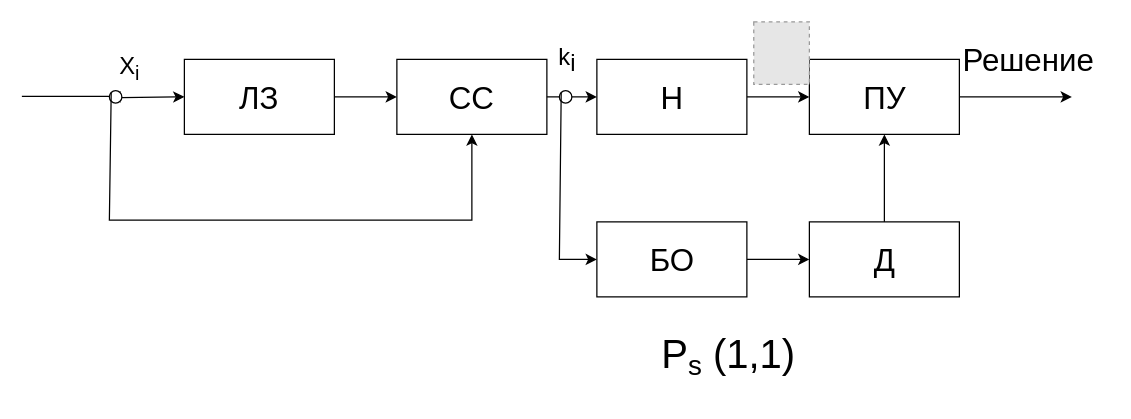
Above: Untitled Diagram.drawio in MneNeVidno/Projects (draw.io), before the change. Source tidied: cells renumbered, new cells numbered last; positions are measured from the earlier drawing's top-left corner, leaving out a move shared by most shapes. Both pictures are drawn from the tidied source at 125%, with x=0, y=0 at pixel (21, 21). Pictures stored in the file or linked from it are replaced by grey dashed boxes.
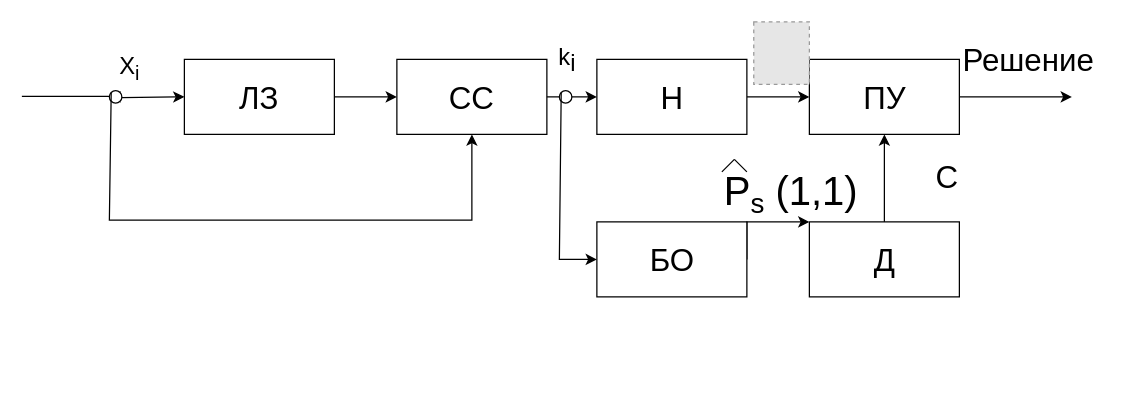
The same diagram, later.

The change refers to these unchanged cells:
```xml
<mxCell id="10" value="Д" style="rounded=0;html=1;fontSize=25;" parent="1" vertex="1">
  <mxGeometry x="630" y="160" width="120" height="60" as="geometry" />
</mxCell>
<mxCell id="12" value="БО" style="rounded=0;html=1;fontSize=25;" parent="1" vertex="1">
  <mxGeometry x="460" y="160" width="120" height="60" as="geometry" />
</mxCell>
```

Change to the diagram source:
```diff
@@
-    <mxCell id="11" style="edgeStyle=orthogonalEdgeStyle;rounded=0;jettySize=auto;html=1;exitX=1;exitY=0.5;exitDx=0;exitDy=0;entryX=0;entryY=0.5;entryDx=0;entryDy=0;" parent="1" edge="1" source="12" target="10">
-      <mxGeometry relative="1" as="geometry" />
+    <mxCell id="11" style="edgeStyle=orthogonalEdgeStyle;rounded=0;jettySize=auto;html=1;exitX=1;exitY=0.5;exitDx=0;exitDy=0;" parent="1" edge="1" source="12">
+      <mxGeometry relative="1" as="geometry">
+        <mxPoint x="630" y="160" as="targetPoint" />
+        <Array as="points">
+          <mxPoint x="580" y="160" />
+          <mxPoint x="630" y="160" />
+        </Array>
+      </mxGeometry>
     </mxCell>
@@
     <mxCell id="25" value="&lt;span style=&quot;font-size:24.0pt;font-family:&amp;quot;Cambria Math&amp;quot;;mso-ascii-font-family:&amp;quot;Cambria Math&amp;quot;;&lt;br/&gt;language:en-US;font-weight:normal;font-style:normal&quot;&gt;P&lt;/span&gt;&lt;span style=&quot;font-family: &amp;quot;Cambria Math&amp;quot;; font-weight: normal; font-style: normal; font-size: 26.6667px;&quot;&gt;&lt;sub&gt;s&lt;/sub&gt;&lt;/span&gt;&lt;span style=&quot;font-size:24.0pt;font-family:&amp;quot;Cambria Math&amp;quot;;mso-ascii-font-family:&amp;quot;Cambria Math&amp;quot;;&lt;br/&gt;language:en-US;font-weight:normal;font-style:normal&quot;&gt;&amp;nbsp;&lt;/span&gt;&lt;span style=&quot;font-size:24.0pt;font-family:&amp;quot;Cambria Math&amp;quot;;mso-ascii-font-family:&amp;quot;Cambria Math&amp;quot;;&lt;br/&gt;language:en-US;font-style:normal&quot;&gt;(1,1)&lt;/span&gt;" style="text;whiteSpace=wrap;html=1;" parent="1" vertex="1">
-      <mxGeometry x="510" y="240" width="160" height="60" as="geometry" />
+      <mxGeometry x="560" y="110" width="80" height="40" as="geometry" />
     </mxCell>
+    <mxCell id="26" style="endArrow=none;html=1;rounded=0;" parent="1" edge="1">
+      <mxGeometry relative="1" as="geometry">
+        <mxPoint x="560" y="120" as="sourcePoint" />
+        <mxPoint x="570" y="110" as="targetPoint" />
+      </mxGeometry>
+    </mxCell>
+    <mxCell id="27" style="endArrow=none;html=1;rounded=0;" parent="1" edge="1">
+      <mxGeometry relative="1" as="geometry">
+        <mxPoint x="580" y="120" as="sourcePoint" />
+        <mxPoint x="570" y="110" as="targetPoint" />
+        <Array as="points">
+          <mxPoint x="580" y="120" />
+        </Array>
+      </mxGeometry>
+    </mxCell>
+    <mxCell id="28" value="&lt;font style=&quot;font-size: 25px;&quot;&gt;C&lt;/font&gt;" style="text;html=1;align=center;verticalAlign=middle;strokeColor=none;fillColor=none;" parent="1" vertex="1">
+      <mxGeometry x="720" y="103" width="40" height="40" as="geometry" />
+    </mxCell>
```
